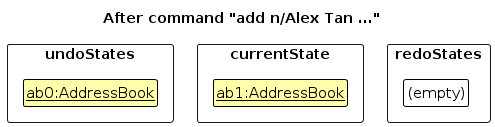
Earlier version of the PlantUML export diagrams/UndoRedoState1.png (AY2627S1-CS2103T-F15-3/tp). Its source is kept beside it as diagrams/UndoRedoState1.puml. Its diagram source:
```plantuml
@startuml
!include style.puml
skinparam ClassFontColor #000000
skinparam ClassBorderColor #000000
skinparam ClassBackgroundColor #FFFFAA

title After command "add n/Alex Tan ..."

package "undoStates" <<rectangle>> {
    class U0 as "<u>ab0:AddressBook</u>"
}

package "currentState" <<rectangle>> {
    class C as "<u>ab1:AddressBook</u>"
}

package "redoStates" <<rectangle>> {
    class RE as "(empty)" #FFFFFF
}

U0 -[hidden]right-> C
C -[hidden]right-> RE
@enduml
```
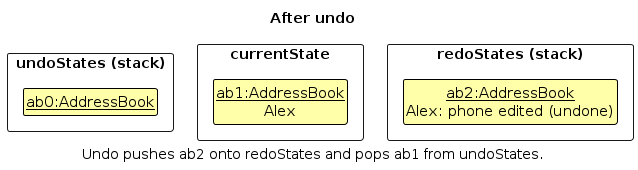
After the commit.

Change to the diagram source:
```diff
@@ -4,20 +4,22 @@
 skinparam ClassBorderColor #000000
 skinparam ClassBackgroundColor #FFFFAA
 
-title After command "add n/Alex Tan ..."
+title After undo
 
-package "undoStates" <<rectangle>> {
+package "undoStates (stack)" <<rectangle>> {
     class U0 as "<u>ab0:AddressBook</u>"
 }
 
 package "currentState" <<rectangle>> {
-    class C as "<u>ab1:AddressBook</u>"
+    class C as "<u>ab1:AddressBook</u>\nAlex"
 }
 
-package "redoStates" <<rectangle>> {
-    class RE as "(empty)" #FFFFFF
+package "redoStates (stack)" <<rectangle>> {
+    class R0 as "<u>ab2:AddressBook</u>\nAlex: phone edited (undone)"
 }
 
 U0 -[hidden]right-> C
-C -[hidden]right-> RE
+C -[hidden]right-> R0
+
+caption Undo pushes ab2 onto redoStates and pops ab1 from undoStates.
 @enduml
```
